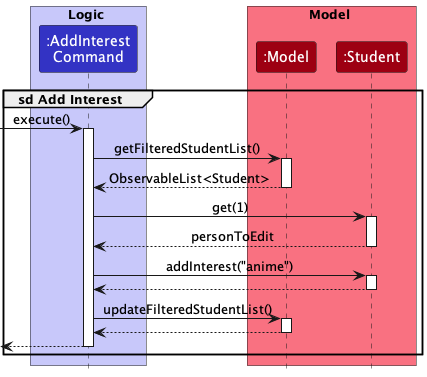
This is docs/images/AddInterestRefSequenceDiagram.png from nus-cs2103-AY2223S1/tp, a PlantUML export, as it was before one commit. Its diagram source:
```plantuml
@startuml
!include style.puml
skinparam SequenceReferenceBackgroundColor White
box Logic LOGIC_COLOR_T1
participant ":AddInterest\nCommand" as AddInterestCommand LOGIC_COLOR
end box

box Model MODEL_COLOR_T1
participant ":Model" as Model MODEL_COLOR
participant ":Student" as Student MODEL_COLOR
end box

group sd Add Interest
[-> AddInterestCommand : execute()
activate AddInterestCommand

AddInterestCommand -> Model: getFilteredStudentList()
activate Model
Model --> AddInterestCommand: ObservableList<Student>
deactivate Model

AddInterestCommand -> Student: get(1)
activate Student
Student --> AddInterestCommand: personToEdit
deactivate Student

AddInterestCommand -> Student: addInterest("anime")
activate Student
Student --> AddInterestCommand
deactivate Student


AddInterestCommand -> Model: updateFilteredStudentList()
activate Model
Model --> AddInterestCommand
deactivate Model

[<--AddInterestCommand
deactivate AddInterestCommand
end
@enduml
```
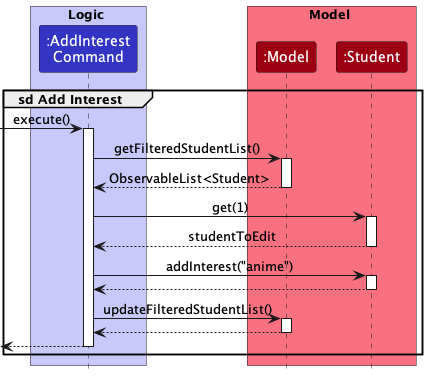
The same diagram one commit later.

Commit message:
Change person to student in diagram

Change to the diagram source:
```diff
@@ -21,7 +21,7 @@
 
 AddInterestCommand -> Student: get(1)
 activate Student
-Student --> AddInterestCommand: personToEdit
+Student --> AddInterestCommand: studentToEdit
 deactivate Student
 
 AddInterestCommand -> Student: addInterest("anime")
```
